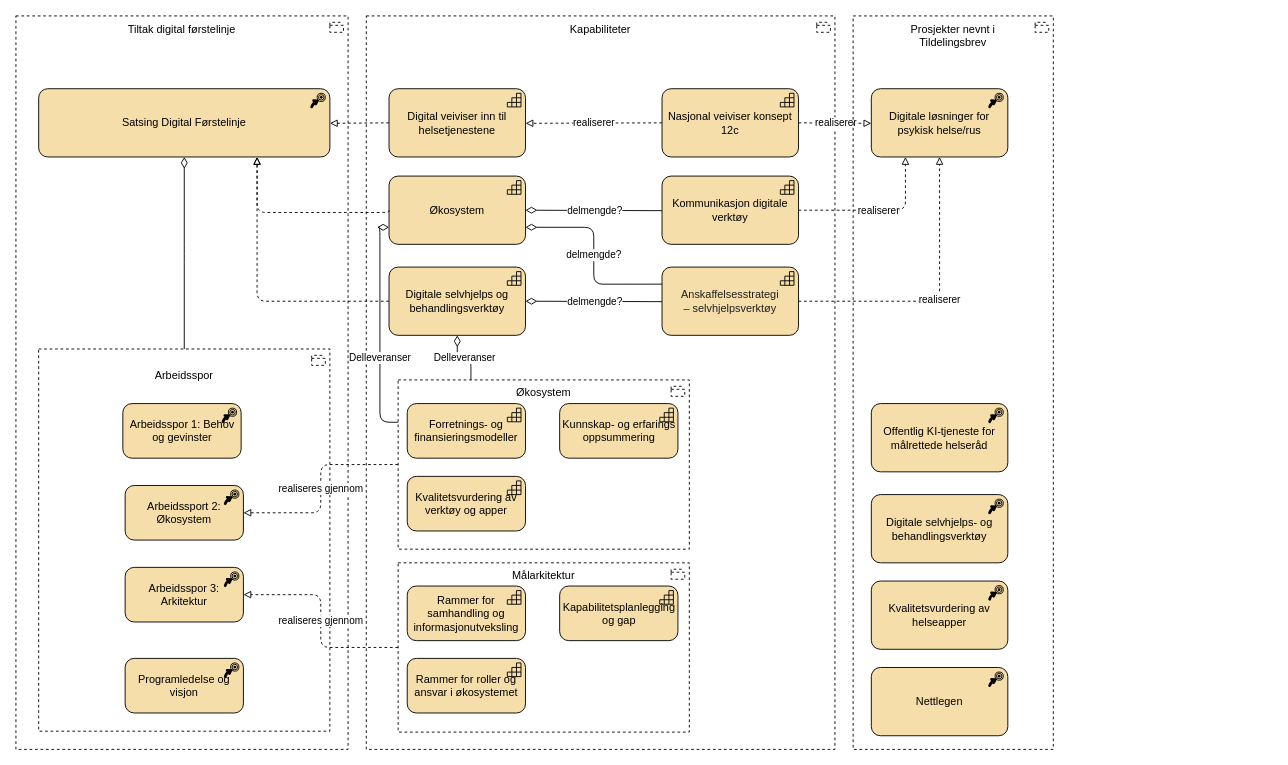
hdir/Digital-Forstelinje keeps this draw.io diagram as page "tiltak-programmet" (2 of 3) of docs/strategi/tiltak-kapabiliteter.drawio. Above is the earlier version. Source tidied: cells renumbered, new cells numbered last; positions are measured from the earlier drawing's top-left corner, leaving out a move shared by most shapes. Both pictures are drawn from the tidied source at 91%, with x=0, y=0 at pixel (15, 15).
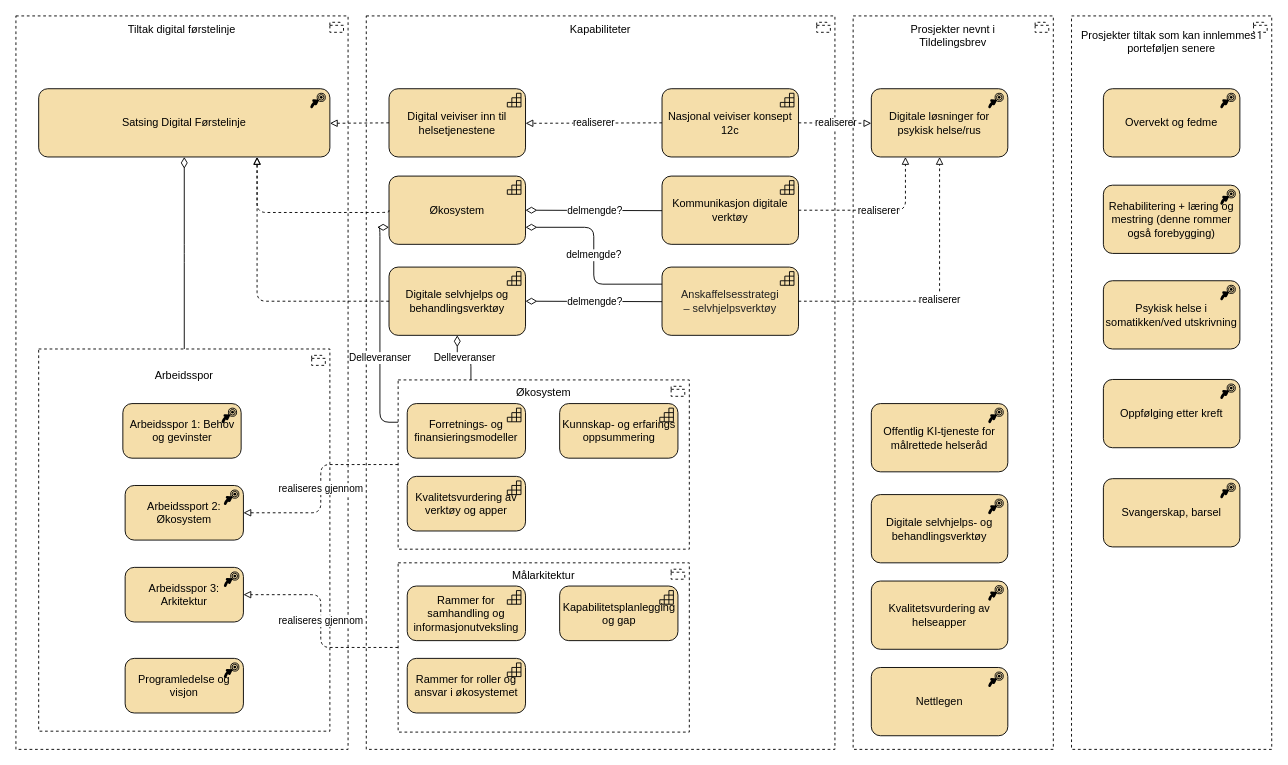
After the change.

Commit message (it also covers changes not shown here):
motivasjon og tiltak

Change to the diagram source:
```diff
@@
+    <mxCell id="45" value="&lt;div&gt;Prosjekter tiltak som kan innlemmes i porteføljen senere&lt;/div&gt;&lt;div&gt;&lt;br&gt;&lt;/div&gt;&lt;div&gt;&lt;br&gt;&lt;/div&gt;&lt;div&gt;&lt;br&gt;&lt;/div&gt;&lt;div&gt;&lt;br&gt;&lt;/div&gt;&lt;div&gt;&lt;br&gt;&lt;/div&gt;&lt;div&gt;&lt;br&gt;&lt;/div&gt;&lt;div&gt;&lt;br&gt;&lt;/div&gt;&lt;div&gt;&lt;br&gt;&lt;/div&gt;&lt;div&gt;&lt;br&gt;&lt;/div&gt;&lt;div&gt;&lt;br&gt;&lt;/div&gt;&lt;div&gt;&lt;br&gt;&lt;/div&gt;&lt;div&gt;&lt;br&gt;&lt;/div&gt;&lt;div&gt;&lt;br&gt;&lt;/div&gt;&lt;div&gt;&lt;br&gt;&lt;/div&gt;&lt;div&gt;&lt;br&gt;&lt;/div&gt;&lt;div&gt;&lt;br&gt;&lt;/div&gt;&lt;div&gt;&lt;br&gt;&lt;/div&gt;&lt;div&gt;&lt;br&gt;&lt;/div&gt;&lt;div&gt;&lt;br&gt;&lt;/div&gt;&lt;div&gt;&lt;br&gt;&lt;/div&gt;&lt;div&gt;&lt;br&gt;&lt;/div&gt;&lt;div&gt;&lt;br&gt;&lt;/div&gt;&lt;div&gt;&lt;br&gt;&lt;/div&gt;&lt;div&gt;&lt;br&gt;&lt;/div&gt;&lt;div&gt;&lt;br&gt;&lt;/div&gt;&lt;div&gt;&lt;br&gt;&lt;/div&gt;&lt;div&gt;&lt;br&gt;&lt;/div&gt;&lt;div&gt;&lt;br&gt;&lt;/div&gt;&lt;div&gt;&lt;br&gt;&lt;/div&gt;&lt;div&gt;&lt;br&gt;&lt;/div&gt;&lt;div&gt;&lt;br&gt;&lt;/div&gt;&lt;div&gt;&lt;br&gt;&lt;/div&gt;&lt;div&gt;&lt;br&gt;&lt;/div&gt;&lt;div&gt;&lt;br&gt;&lt;/div&gt;&lt;div&gt;&lt;br&gt;&lt;/div&gt;&lt;div&gt;&lt;br&gt;&lt;/div&gt;&lt;div&gt;&lt;br&gt;&lt;/div&gt;&lt;div&gt;&lt;br&gt;&lt;/div&gt;&lt;div&gt;&lt;br&gt;&lt;/div&gt;&lt;div&gt;&lt;br&gt;&lt;/div&gt;&lt;div&gt;&lt;br&gt;&lt;/div&gt;&lt;div&gt;&lt;br&gt;&lt;/div&gt;&lt;div&gt;&lt;br&gt;&lt;/div&gt;&lt;div&gt;&lt;br&gt;&lt;/div&gt;&lt;div&gt;&lt;br&gt;&lt;/div&gt;&lt;div&gt;&lt;br&gt;&lt;/div&gt;&lt;div&gt;&lt;br&gt;&lt;/div&gt;&lt;div&gt;&lt;br&gt;&lt;/div&gt;&lt;div&gt;&lt;br&gt;&lt;/div&gt;&lt;div&gt;&lt;br&gt;&lt;/div&gt;&lt;div&gt;&lt;br&gt;&lt;/div&gt;&lt;div&gt;&lt;br&gt;&lt;/div&gt;" style="html=1;whiteSpace=wrap;shape=mxgraph.archimate3.application;appType=grouping;archiType=square;dashed=1;fillColor=none;" parent="1" vertex="1">
+      <mxGeometry x="1160" width="220" height="806" as="geometry" />
+    </mxCell>
+    <mxCell id="46" value="Overvekt og fedme" style="html=1;whiteSpace=wrap;fillColor=#F5DEAA;shape=mxgraph.archimate3.application;appType=course;archiType=rounded;" parent="1" vertex="1">
+      <mxGeometry x="1195" y="80" width="150" height="75" as="geometry" />
+    </mxCell>
+    <mxCell id="47" value="Rehabilitering + læring og mestring (denne rommer også forebygging)" style="html=1;whiteSpace=wrap;fillColor=#F5DEAA;shape=mxgraph.archimate3.application;appType=course;archiType=rounded;" parent="1" vertex="1">
+      <mxGeometry x="1195" y="186" width="150" height="75" as="geometry" />
+    </mxCell>
+    <mxCell id="48" value="Psykisk helse i somatikken/ved utskrivning" style="html=1;whiteSpace=wrap;fillColor=#F5DEAA;shape=mxgraph.archimate3.application;appType=course;archiType=rounded;" parent="1" vertex="1">
+      <mxGeometry x="1195" y="291" width="150" height="75" as="geometry" />
+    </mxCell>
+    <mxCell id="49" value="&lt;div&gt;Oppfølging etter kreft&lt;/div&gt;" style="html=1;whiteSpace=wrap;fillColor=#F5DEAA;shape=mxgraph.archimate3.application;appType=course;archiType=rounded;" parent="1" vertex="1">
+      <mxGeometry x="1195" y="399.5" width="150" height="75" as="geometry" />
+    </mxCell>
+    <mxCell id="50" value="Svangerskap, barsel" style="html=1;whiteSpace=wrap;fillColor=#F5DEAA;shape=mxgraph.archimate3.application;appType=course;archiType=rounded;" parent="1" vertex="1">
+      <mxGeometry x="1195" y="508.5" width="150" height="75" as="geometry" />
+    </mxCell>
```
